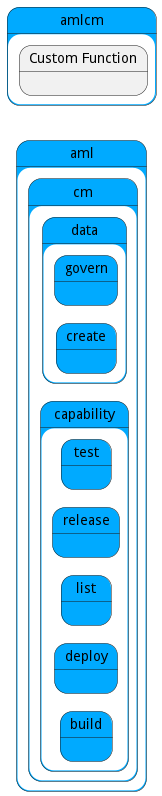
This is docs/sabr/aml/cm/process.png from madajaju/sabr, a PlantUML export, as it was before one commit.
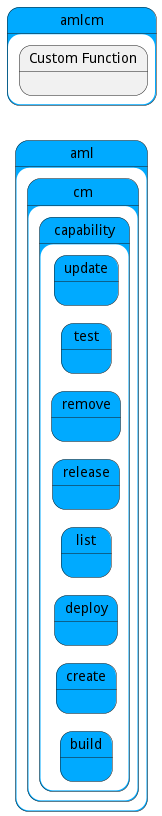
After the commit.

Change to the diagram source:
```diff
@@ -17,6 +17,16 @@
 state "cm" as amlcm #00aaff {
 state "capability" as amlcmcapability #00aaff {
 state "build" as amlcmcapabilitybuild #00aaff {
+}
+}
+}
+}
+
+
+        state "aml" as aml #00aaff {
+state "cm" as amlcm #00aaff {
+state "capability" as amlcmcapability #00aaff {
+state "create" as amlcmcapabilitycreate #00aaff {
 }
 }
 }
@@ -56,6 +66,16 @@
         state "aml" as aml #00aaff {
 state "cm" as amlcm #00aaff {
 state "capability" as amlcmcapability #00aaff {
+state "remove" as amlcmcapabilityremove #00aaff {
+}
+}
+}
+}
+
+
+        state "aml" as aml #00aaff {
+state "cm" as amlcm #00aaff {
+state "capability" as amlcmcapability #00aaff {
 state "test" as amlcmcapabilitytest #00aaff {
 }
 }
@@ -65,18 +85,8 @@
 
         state "aml" as aml #00aaff {
 state "cm" as amlcm #00aaff {
-state "data" as amlcmdata #00aaff {
-state "create" as amlcmdatacreate #00aaff {
-}
-}
-}
-}
-
-
-        state "aml" as aml #00aaff {
-state "cm" as amlcm #00aaff {
-state "data" as amlcmdata #00aaff {
-state "govern" as amlcmdatagovern #00aaff {
+state "capability" as amlcmcapability #00aaff {
+state "update" as amlcmcapabilityupdate #00aaff {
 }
 }
 }
```
